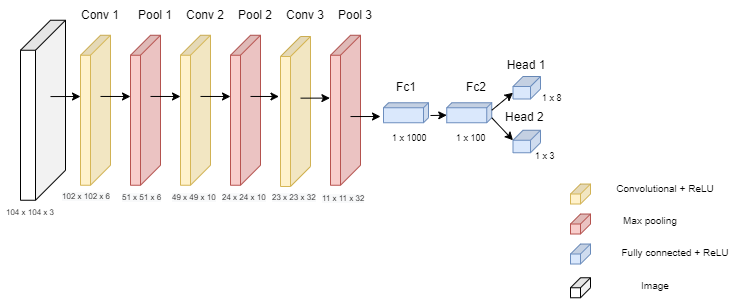
Earlier version of the draw.io export 3 layer Conv Multitask (Age + Gender Classifier).png (akmeraki/Neural-Network-Architecure-Diagrams). Source tidied: cells renumbered, new cells last; positions are measured from the earlier drawing's top-left corner, leaving out a move shared by most shapes.
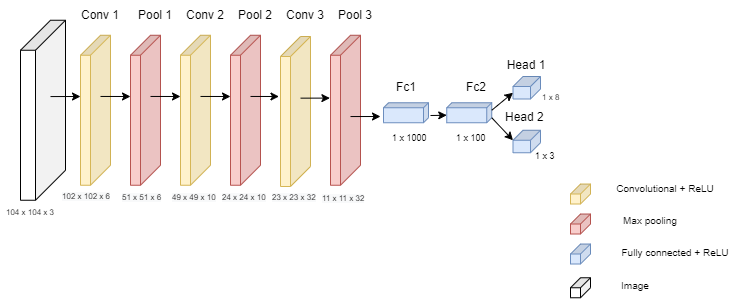
The same diagram one commit later.

The edit, as a diff of the source:
```diff
@@ -87,7 +87,7 @@
       <mxGeometry x="570" y="277.3" width="20" height="20" as="geometry" />
     </mxCell>
     <mxCell id="30" value="&lt;font size=&quot;1&quot;&gt;Image&lt;/font&gt;" style="text;html=1;strokeColor=none;fillColor=none;align=center;verticalAlign=middle;whiteSpace=wrap;rounded=0;shadow=0;sketch=0;strokeWidth=5;" parent="1" vertex="1">
-      <mxGeometry x="610" y="273.5" width="90" height="23.8" as="geometry" />
+      <mxGeometry x="590" y="273.5" width="90" height="23.8" as="geometry" />
     </mxCell>
     <mxCell id="31" value="&lt;font style=&quot;font-size: 8px&quot;&gt;104 x 104 x 3&lt;/font&gt;" style="text;html=1;strokeColor=none;fillColor=none;align=center;verticalAlign=middle;whiteSpace=wrap;rounded=0;shadow=0;sketch=0;fontSize=10;" parent="1" vertex="1">
       <mxGeometry y="196" width="60" height="30" as="geometry" />
@@ -158,7 +158,7 @@
     <mxCell id="49" value="&lt;div style=&quot;text-align: center&quot;&gt;&lt;span&gt;&lt;font face=&quot;helvetica&quot; style=&quot;font-size: 9px&quot;&gt;1 x 100&lt;/font&gt;&lt;/span&gt;&lt;/div&gt;" style="text;whiteSpace=wrap;html=1;fontSize=8;" parent="1" vertex="1">
       <mxGeometry x="454.2" y="126" width="37" height="30" as="geometry" />
     </mxCell>
-    <mxCell id="50" value="&lt;div style=&quot;text-align: center&quot;&gt;&lt;span&gt;&lt;font face=&quot;helvetica&quot; style=&quot;font-size: 9px&quot;&gt;1 x 8&lt;/font&gt;&lt;/span&gt;&lt;/div&gt;" style="text;whiteSpace=wrap;html=1;fontSize=8;" parent="1" vertex="1">
+    <mxCell id="50" value="&lt;div style=&quot;text-align: center&quot;&gt;&lt;span&gt;&lt;font face=&quot;helvetica&quot;&gt;1 x 8&lt;/font&gt;&lt;/span&gt;&lt;/div&gt;" style="text;whiteSpace=wrap;html=1;fontSize=8;" parent="1" vertex="1">
       <mxGeometry x="540" y="86" width="37" height="30" as="geometry" />
     </mxCell>
     <mxCell id="51" value="&lt;div style=&quot;text-align: center&quot;&gt;&lt;span&gt;&lt;font face=&quot;helvetica&quot; style=&quot;font-size: 9px&quot;&gt;1 x 3&lt;/font&gt;&lt;/span&gt;&lt;/div&gt;" style="text;whiteSpace=wrap;html=1;fontSize=8;" parent="1" vertex="1">
```
